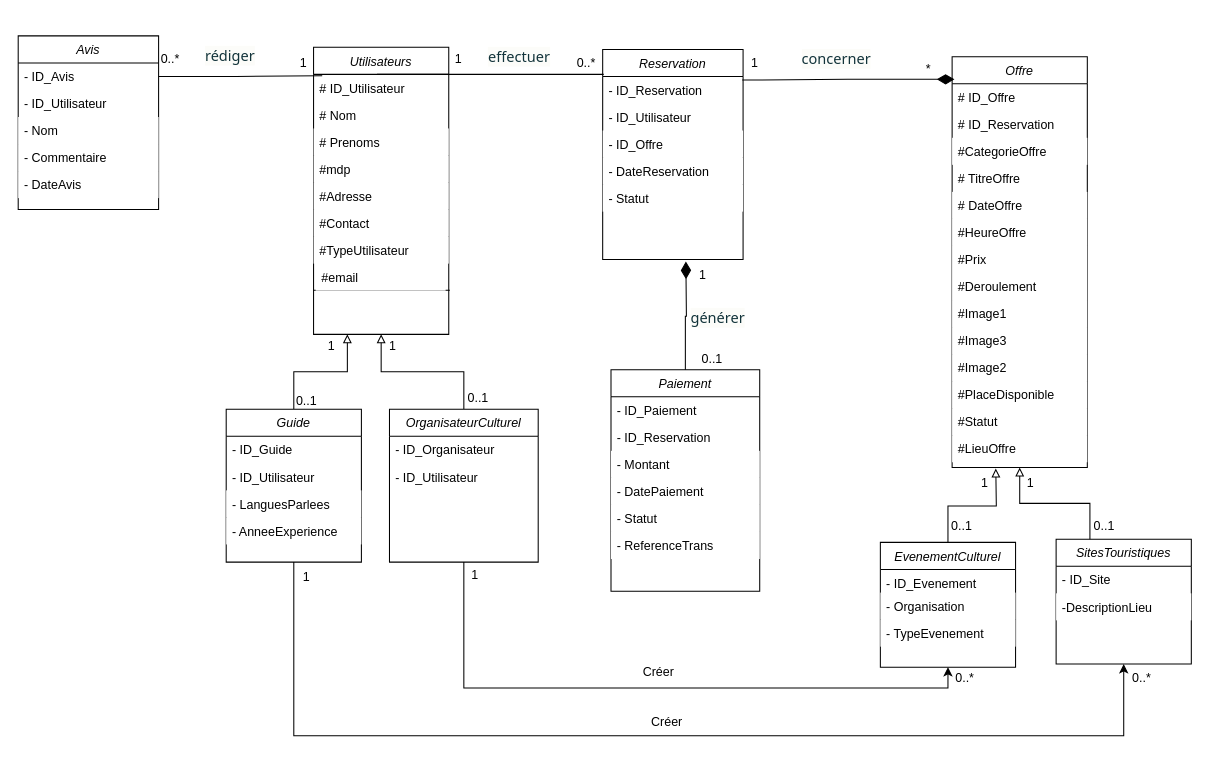
Above: diagramme classe.drawio in louis-fresnel99/TpGasaL1 (draw.io), before the change. Source tidied: cells renumbered, new cells numbered last; positions are measured from the earlier drawing's top-left corner, leaving out a move shared by most shapes. Both pictures are drawn from the tidied source at 104%, with x=0, y=0 at pixel (18, 35).
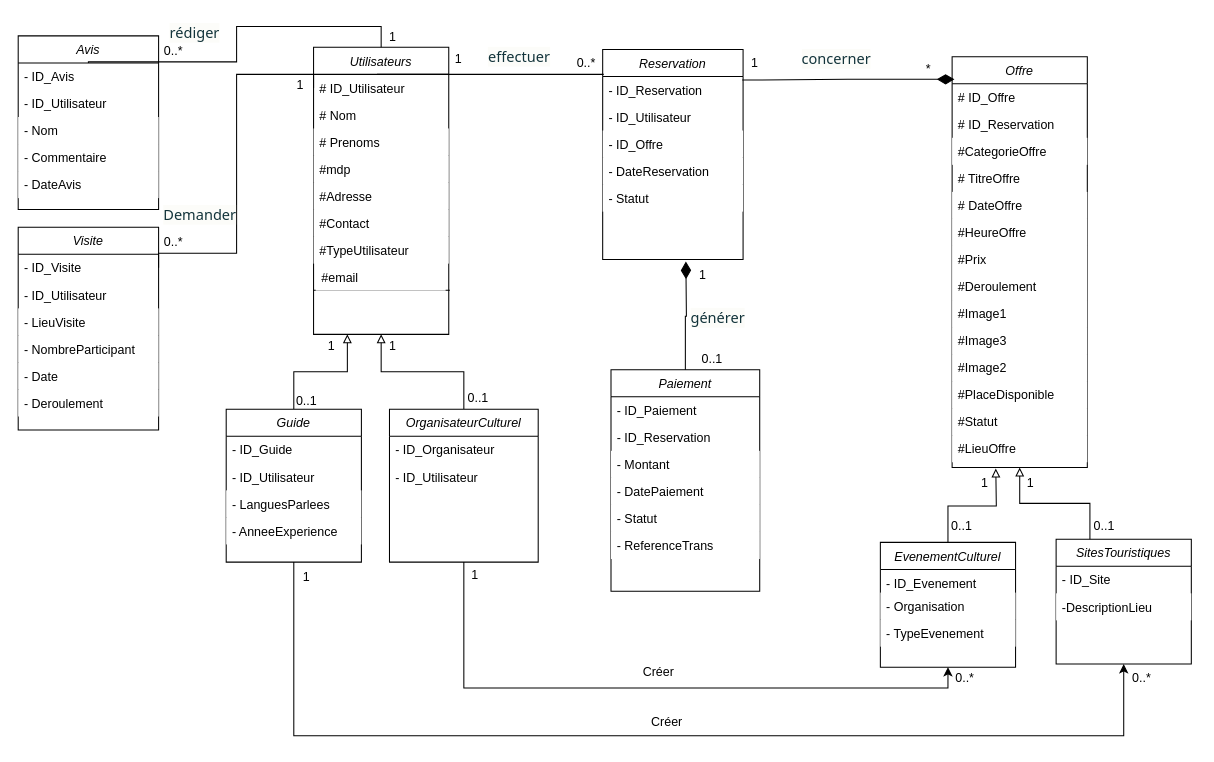
The same diagram, later.

Commit message:
Mettre à jour diagramme classe.drawio

The change refers to these unchanged cells:
```xml
<mxCell id="2" value="Utilisateurs" style="swimlane;fontStyle=2;align=center;verticalAlign=top;horizontal=1;startSize=26;rounded=0;shadow=0;strokeWidth=1;" parent="1" vertex="1">
  <mxGeometry x="284" y="11" width="130" height="276" as="geometry" />
</mxCell>
<mxCell id="3" value="# ID_Utilisateur " style="text;align=left;verticalAlign=top;spacingLeft=4;spacingRight=4;overflow=hidden;points=[[0,0.5],[1,0.5]];portConstraint=eastwest;" parent="2" vertex="1">
  <mxGeometry y="26" width="130" height="26" as="geometry" />
</mxCell>
<mxCell id="30" value="- ID_Avis" style="text;align=left;verticalAlign=top;spacingLeft=4;spacingRight=4;overflow=hidden;points=[[0,0.5],[1,0.5]];portConstraint=eastwest;" parent="29" vertex="1">
  <mxGeometry y="26" width="135" height="26" as="geometry" />
</mxCell>
```

What changed in the source:
```diff
@@
-    <mxCell id="76" style="edgeStyle=orthogonalEdgeStyle;rounded=0;jettySize=auto;html=1;entryX=0.064;entryY=0.05;entryDx=0;entryDy=0;entryPerimeter=0;endArrow=none;startFill=0;" parent="1" edge="1" source="30" target="3">
-      <mxGeometry relative="1" as="geometry" />
-    </mxCell>
     <mxCell id="77" value="1" style="text;html=1;align=center;verticalAlign=middle;whiteSpace=wrap;rounded=0;" parent="1" vertex="1">
-      <mxGeometry x="265" y="11" width="19" height="30" as="geometry" />
+      <mxGeometry x="351" y="-14" width="19" height="30" as="geometry" />
     </mxCell>
     <mxCell id="78" value="0..*" style="text;html=1;align=center;verticalAlign=middle;whiteSpace=wrap;rounded=0;" parent="1" vertex="1">
-      <mxGeometry x="137" y="8" width="19" height="30" as="geometry" />
+      <mxGeometry x="140" width="19" height="30" as="geometry" />
     </mxCell>
@@
     <mxCell id="84" value="&lt;span style=&quot;color: oklch(0.304 0.04 213.681); font-family: fkGroteskNeue, &amp;quot;fkGroteskNeue Fallback&amp;quot;, ui-sans-serif, system-ui, -apple-system, BlinkMacSystemFont, &amp;quot;Segoe UI&amp;quot;, Roboto, &amp;quot;Helvetica Neue&amp;quot;, Arial, &amp;quot;Noto Sans&amp;quot;, sans-serif, &amp;quot;Apple Color Emoji&amp;quot;, &amp;quot;Segoe UI Emoji&amp;quot;, &amp;quot;Segoe UI Symbol&amp;quot;, &amp;quot;Noto Color Emoji&amp;quot;; font-size: 14px; text-align: start; background-color: oklch(0.99 0.004 106.471);&quot;&gt;rédiger&lt;/span&gt;" style="text;html=1;align=center;verticalAlign=middle;whiteSpace=wrap;rounded=0;" parent="1" vertex="1">
-      <mxGeometry x="174" y="5" width="60" height="30" as="geometry" />
+      <mxGeometry x="140" y="-17" width="60" height="30" as="geometry" />
     </mxCell>
@@
+    <mxCell id="99" value="Visite" style="swimlane;fontStyle=2;align=center;verticalAlign=top;horizontal=1;startSize=26;rounded=0;shadow=0;strokeWidth=1;" parent="1" vertex="1">
+      <mxGeometry y="184" width="135" height="195" as="geometry" />
+    </mxCell>
+    <mxCell id="100" value="- ID_Visite" style="text;align=left;verticalAlign=top;spacingLeft=4;spacingRight=4;overflow=hidden;points=[[0,0.5],[1,0.5]];portConstraint=eastwest;" parent="99" vertex="1">
+      <mxGeometry y="26" width="135" height="26" as="geometry" />
+    </mxCell>
+    <mxCell id="101" value="- ID_Utilisateur" style="text;align=left;verticalAlign=top;spacingLeft=4;spacingRight=4;overflow=hidden;rounded=0;shadow=0;html=0;" parent="99" vertex="1">
+      <mxGeometry y="52" width="135" height="26" as="geometry" />
+    </mxCell>
+    <mxCell id="102" value="- LieuVisite" style="text;align=left;verticalAlign=top;spacingLeft=4;spacingRight=4;overflow=hidden;rounded=0;shadow=0;html=0;fillColor=default;textShadow=0;fontColor=default;" parent="99" vertex="1">
+      <mxGeometry y="78" width="135" height="26" as="geometry" />
+    </mxCell>
+    <mxCell id="103" value="- NombreParticipant" style="text;align=left;verticalAlign=top;spacingLeft=4;spacingRight=4;overflow=hidden;rounded=0;shadow=0;html=0;fillColor=default;textShadow=0;fontColor=default;" parent="99" vertex="1">
+      <mxGeometry y="104" width="135" height="26" as="geometry" />
+    </mxCell>
+    <mxCell id="104" value="- Date" style="text;align=left;verticalAlign=top;spacingLeft=4;spacingRight=4;overflow=hidden;rounded=0;shadow=0;html=0;fillColor=default;textShadow=0;fontColor=default;" parent="99" vertex="1">
+      <mxGeometry y="130" width="135" height="26" as="geometry" />
+    </mxCell>
+    <mxCell id="105" value="- Deroulement" style="text;align=left;verticalAlign=top;spacingLeft=4;spacingRight=4;overflow=hidden;rounded=0;shadow=0;html=0;fillColor=default;textShadow=0;fontColor=default;" parent="99" vertex="1">
+      <mxGeometry y="156" width="135" height="26" as="geometry" />
+    </mxCell>
+    <mxCell id="106" style="edgeStyle=orthogonalEdgeStyle;rounded=0;jettySize=auto;html=1;exitX=1;exitY=0.5;exitDx=0;exitDy=0;entryX=0;entryY=0.5;entryDx=0;entryDy=0;endArrow=none;startFill=0;" parent="1" edge="1" source="100" target="3">
+      <mxGeometry relative="1" as="geometry">
+        <Array as="points">
+          <mxPoint x="135" y="209" />
+          <mxPoint x="210" y="209" />
+          <mxPoint x="210" y="37" />
+          <mxPoint x="284" y="37" />
+        </Array>
+      </mxGeometry>
+    </mxCell>
+    <mxCell id="107" value="&lt;span style=&quot;color: oklch(0.304 0.04 213.681); font-family: fkGroteskNeue, &amp;quot;fkGroteskNeue Fallback&amp;quot;, ui-sans-serif, system-ui, -apple-system, BlinkMacSystemFont, &amp;quot;Segoe UI&amp;quot;, Roboto, &amp;quot;Helvetica Neue&amp;quot;, Arial, &amp;quot;Noto Sans&amp;quot;, sans-serif, &amp;quot;Apple Color Emoji&amp;quot;, &amp;quot;Segoe UI Emoji&amp;quot;, &amp;quot;Segoe UI Symbol&amp;quot;, &amp;quot;Noto Color Emoji&amp;quot;; font-size: 14px; text-align: start; background-color: oklch(0.99 0.004 106.471);&quot;&gt;Demander&lt;/span&gt;" style="text;html=1;align=center;verticalAlign=middle;whiteSpace=wrap;rounded=0;" parent="1" vertex="1">
+      <mxGeometry x="145" y="158" width="60" height="30" as="geometry" />
+    </mxCell>
+    <mxCell id="108" style="edgeStyle=orthogonalEdgeStyle;rounded=0;jettySize=auto;html=1;entryX=0.5;entryY=0;entryDx=0;entryDy=0;endArrow=none;startFill=0;" parent="1" edge="1" source="30" target="2">
+      <mxGeometry relative="1" as="geometry">
+        <Array as="points">
+          <mxPoint x="68" y="25" />
+          <mxPoint x="210" y="25" />
+          <mxPoint x="210" y="-9" />
+          <mxPoint x="349" y="-9" />
+        </Array>
+      </mxGeometry>
+    </mxCell>
+    <mxCell id="109" value="0..*" style="text;html=1;align=center;verticalAlign=middle;whiteSpace=wrap;rounded=0;" parent="1" vertex="1">
+      <mxGeometry x="140" y="184" width="19" height="30" as="geometry" />
+    </mxCell>
+    <mxCell id="110" value="1" style="text;html=1;align=center;verticalAlign=middle;whiteSpace=wrap;rounded=0;" parent="1" vertex="1">
+      <mxGeometry x="262" y="33" width="19" height="30" as="geometry" />
+    </mxCell>
```
